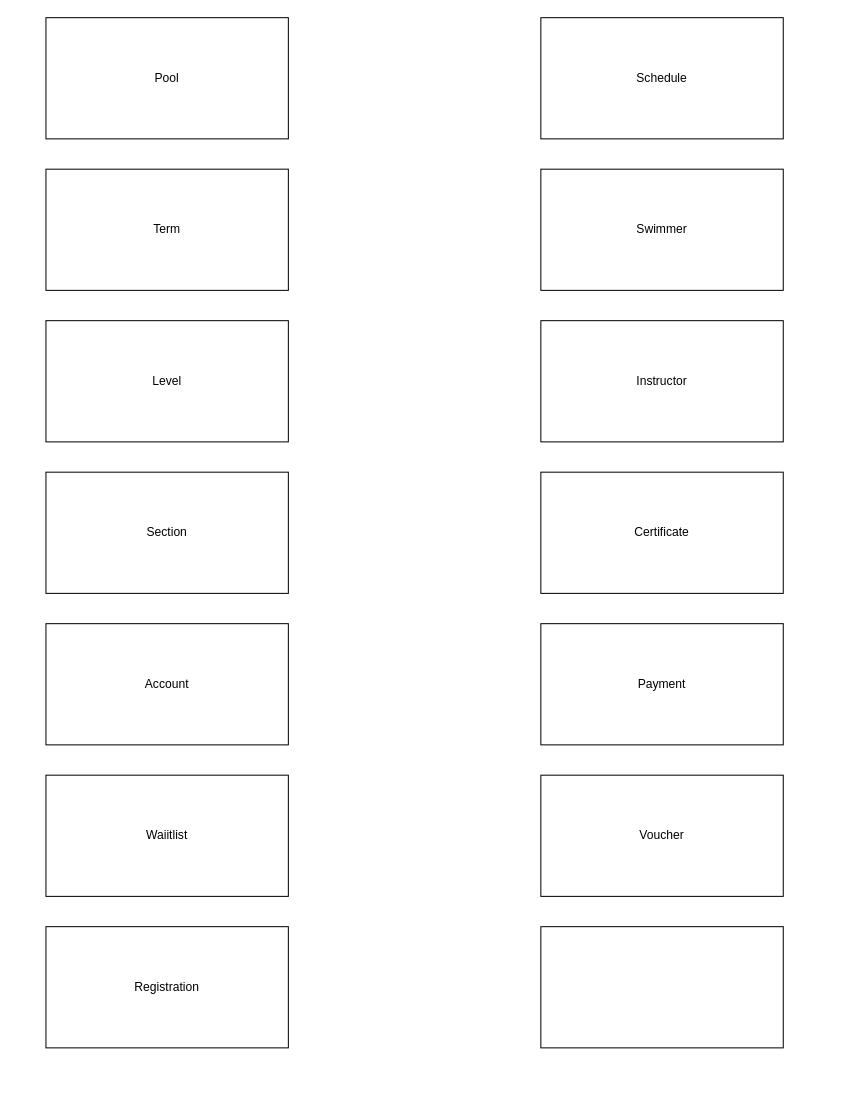
popados/01_diagrams keeps this draw.io diagram as ER-Modelv1-Entities.drawio. Above is the earlier version. Source tidied: cells renumbered, new cells numbered last; positions are measured from the earlier drawing's top-left corner, leaving out a move shared by most shapes. Both pictures are drawn from the tidied source at 101%, with x=0, y=0 at pixel (45, 17).
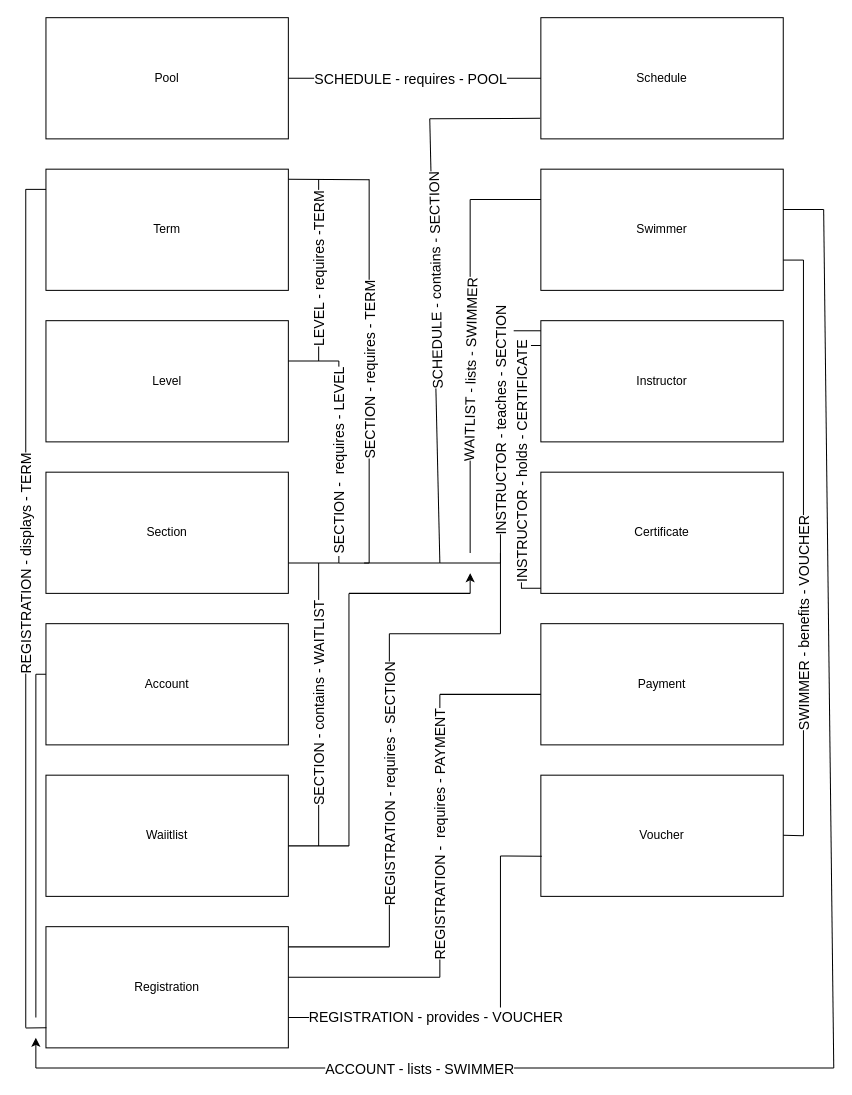
Above is the later version.

Unchanged cells that the change refers to:
```xml
<mxCell id="2" value="Pool" style="rounded=0;whiteSpace=wrap;html=1;" parent="1" vertex="1">
  <mxGeometry width="240" height="120" as="geometry" />
</mxCell>
<mxCell id="6" value="Account" style="rounded=0;whiteSpace=wrap;html=1;" parent="1" vertex="1">
  <mxGeometry y="600" width="240" height="120" as="geometry" />
</mxCell>
<mxCell id="7" value="Registration" style="rounded=0;whiteSpace=wrap;html=1;" parent="1" vertex="1">
  <mxGeometry y="900" width="240" height="120" as="geometry" />
</mxCell>
<mxCell id="9" value="Schedule" style="rounded=0;whiteSpace=wrap;html=1;" parent="1" vertex="1">
  <mxGeometry x="490" width="240" height="120" as="geometry" />
</mxCell>
<mxCell id="10" value="Swimmer" style="rounded=0;whiteSpace=wrap;html=1;" parent="1" vertex="1">
  <mxGeometry x="490" y="150" width="240" height="120" as="geometry" />
</mxCell>
<mxCell id="11" value="Instructor" style="rounded=0;whiteSpace=wrap;html=1;" parent="1" vertex="1">
  <mxGeometry x="490" y="300" width="240" height="120" as="geometry" />
</mxCell>
<mxCell id="15" value="Voucher" style="rounded=0;whiteSpace=wrap;html=1;" parent="1" vertex="1">
  <mxGeometry x="490" y="750" width="240" height="120" as="geometry" />
</mxCell>
```

The edit, as a diff of the source:
```diff
@@
+    <mxCell id="16" style="edgeStyle=orthogonalEdgeStyle;rounded=0;jettySize=auto;html=1;defaultLabelBackgroundColor=page;strokeColor=none;" parent="1" edge="1" source="2" target="9">
+      <mxGeometry relative="1" as="geometry" />
+    </mxCell>
@@
-    <mxCell id="14" style="rounded=0;whiteSpace=wrap;html=1;" parent="1" vertex="1">
-      <mxGeometry x="490" y="900" width="240" height="120" as="geometry" />
-    </mxCell>
@@
+    <mxCell id="17" style="endArrow=none;html=1;rounded=0;defaultLabelBackgroundColor=page;entryX=0;entryY=0.5;entryDx=0;entryDy=0;" parent="1" edge="1" target="9">
+      <mxGeometry relative="1" as="geometry">
+        <mxPoint x="240" y="60" as="sourcePoint" />
+      </mxGeometry>
+    </mxCell>
+    <mxCell id="18" value="SCHEDULE - requires - POOL" style="edgeLabel;html=1;align=center;verticalAlign=middle;inheritText=fontFamily,fontColor,fontStyle,textOpacity,labelBorderColor,labelBorderWidth,labelBackgroundColor,defaultLabelBackgroundColor,labelPadding;defaultLabelBackgroundColor=page;fontSize=14;" parent="17" vertex="1">
+      <mxGeometry x="-0.49" y="-3" relative="1" as="geometry">
+        <mxPoint x="56" y="-3" as="offset" />
+      </mxGeometry>
+    </mxCell>
+    <mxCell id="19" style="endArrow=none;html=1;rounded=0;defaultLabelBackgroundColor=page;endFill=0;" parent="1" edge="1">
+      <mxGeometry relative="1" as="geometry">
+        <mxPoint x="240" y="540" as="sourcePoint" />
+        <mxPoint x="290" y="540" as="targetPoint" />
+      </mxGeometry>
+    </mxCell>
+    <mxCell id="20" style="endArrow=none;html=1;rounded=0;defaultLabelBackgroundColor=page;" parent="1" edge="1">
+      <mxGeometry relative="1" as="geometry">
+        <mxPoint x="290" y="520" as="sourcePoint" />
+        <mxPoint x="290" y="340" as="targetPoint" />
+      </mxGeometry>
+    </mxCell>
+    <mxCell id="21" value="SECTION -&amp;nbsp; requires - LEVEL" style="edgeLabel;html=1;align=center;verticalAlign=middle;inheritText=fontFamily,fontColor,fontStyle,textOpacity,labelBorderColor,labelBorderWidth,labelBackgroundColor,defaultLabelBackgroundColor,labelPadding;defaultLabelBackgroundColor=page;rotation=-90;fontSize=14;" parent="20" vertex="1">
+      <mxGeometry x="0.38" y="-3" relative="1" as="geometry">
+        <mxPoint x="-3" y="44" as="offset" />
+      </mxGeometry>
+    </mxCell>
+    <mxCell id="22" style="endArrow=none;html=1;rounded=0;defaultLabelBackgroundColor=page;exitX=1.015;exitY=0.438;exitDx=0;exitDy=0;exitPerimeter=0;" parent="1" edge="1">
+      <mxGeometry relative="1" as="geometry">
+        <mxPoint x="240" y="340" as="sourcePoint" />
+        <mxPoint x="290" y="340" as="targetPoint" />
+      </mxGeometry>
+    </mxCell>
+    <mxCell id="23" style="endArrow=none;html=1;rounded=0;defaultLabelBackgroundColor=page;" parent="1" edge="1">
+      <mxGeometry relative="1" as="geometry">
+        <mxPoint x="290" y="540" as="sourcePoint" />
+        <mxPoint x="320" y="540" as="targetPoint" />
+      </mxGeometry>
+    </mxCell>
+    <mxCell id="24" style="endArrow=none;html=1;rounded=0;defaultLabelBackgroundColor=page;" parent="1" edge="1">
+      <mxGeometry relative="1" as="geometry">
+        <mxPoint x="320" y="540" as="sourcePoint" />
+        <mxPoint x="320" y="160" as="targetPoint" />
+      </mxGeometry>
+    </mxCell>
+    <mxCell id="25" value="SECTION - requires - TERM" style="edgeLabel;html=1;align=center;verticalAlign=middle;inheritText=fontFamily,fontColor,fontStyle,textOpacity,labelBorderColor,labelBorderWidth,labelBackgroundColor,defaultLabelBackgroundColor,labelPadding;defaultLabelBackgroundColor=page;rotation=-90;fontSize=14;" parent="24" vertex="1">
+      <mxGeometry x="0.12" y="-3" relative="1" as="geometry">
+        <mxPoint x="-3" y="23" as="offset" />
+      </mxGeometry>
+    </mxCell>
+    <mxCell id="26" style="endArrow=none;html=1;rounded=0;defaultLabelBackgroundColor=page;" parent="1" edge="1">
+      <mxGeometry relative="1" as="geometry">
+        <mxPoint x="240" y="160" as="sourcePoint" />
+        <mxPoint x="320" y="160.5" as="targetPoint" />
+      </mxGeometry>
+    </mxCell>
+    <mxCell id="27" style="endArrow=none;html=1;rounded=0;defaultLabelBackgroundColor=page;" parent="1" edge="1">
+      <mxGeometry relative="1" as="geometry">
+        <mxPoint x="270" y="820" as="sourcePoint" />
+        <mxPoint x="270" y="540" as="targetPoint" />
+      </mxGeometry>
+    </mxCell>
+    <mxCell id="28" value="SECTION - contains - WAITLIST" style="edgeLabel;html=1;align=center;verticalAlign=middle;inheritText=fontFamily,fontColor,fontStyle,textOpacity,labelBorderColor,labelBorderWidth,labelBackgroundColor,defaultLabelBackgroundColor,labelPadding;defaultLabelBackgroundColor=page;rotation=-90;fontSize=14;" parent="27" vertex="1">
+      <mxGeometry x="0.16" y="1" relative="1" as="geometry">
+        <mxPoint x="1" y="22" as="offset" />
+      </mxGeometry>
+    </mxCell>
+    <mxCell id="29" style="endArrow=none;html=1;rounded=0;defaultLabelBackgroundColor=page;" parent="1" edge="1">
+      <mxGeometry relative="1" as="geometry">
+        <mxPoint x="240" y="820" as="sourcePoint" />
+        <mxPoint x="300" y="820" as="targetPoint" />
+      </mxGeometry>
+    </mxCell>
+    <mxCell id="30" style="endArrow=none;html=1;rounded=0;defaultLabelBackgroundColor=page;" parent="1" edge="1">
+      <mxGeometry relative="1" as="geometry">
+        <mxPoint x="315" y="540" as="sourcePoint" />
+        <mxPoint x="390" y="540" as="targetPoint" />
+      </mxGeometry>
+    </mxCell>
+    <mxCell id="31" style="endArrow=none;html=1;rounded=0;defaultLabelBackgroundColor=page;" parent="1" edge="1">
+      <mxGeometry relative="1" as="geometry">
+        <mxPoint x="390" y="540" as="sourcePoint" />
+        <mxPoint x="380" y="100" as="targetPoint" />
+      </mxGeometry>
+    </mxCell>
+    <mxCell id="32" value="SCHEDULE - contains - SECTION" style="edgeLabel;html=1;align=center;verticalAlign=middle;inheritText=fontFamily,fontColor,fontStyle,textOpacity,labelBorderColor,labelBorderWidth,labelBackgroundColor,defaultLabelBackgroundColor,labelPadding;defaultLabelBackgroundColor=page;rotation=-91;fontSize=14;" parent="31" vertex="1">
+      <mxGeometry x="0.1" y="2" relative="1" as="geometry">
+        <mxPoint x="3" y="-37" as="offset" />
+      </mxGeometry>
+    </mxCell>
+    <mxCell id="33" style="endArrow=none;html=1;rounded=0;defaultLabelBackgroundColor=page;entryX=-0.003;entryY=0.83;entryDx=0;entryDy=0;entryPerimeter=0;" parent="1" edge="1" target="9">
+      <mxGeometry relative="1" as="geometry">
+        <mxPoint x="380" y="100" as="sourcePoint" />
+      </mxGeometry>
+    </mxCell>
+    <mxCell id="34" style="endArrow=none;html=1;rounded=0;defaultLabelBackgroundColor=page;" parent="1" edge="1">
+      <mxGeometry relative="1" as="geometry">
+        <mxPoint x="240" y="920" as="sourcePoint" />
+        <mxPoint x="340" y="920" as="targetPoint" />
+      </mxGeometry>
+    </mxCell>
+    <mxCell id="35" style="endArrow=none;html=1;rounded=0;defaultLabelBackgroundColor=page;" parent="1" edge="1">
+      <mxGeometry relative="1" as="geometry">
+        <mxPoint x="340" y="610" as="sourcePoint" />
+        <mxPoint x="340" y="920" as="targetPoint" />
+      </mxGeometry>
+    </mxCell>
+    <mxCell id="36" value="REGISTRATION - requires - SECTION" style="edgeLabel;html=1;align=center;verticalAlign=middle;inheritText=fontFamily,fontColor,fontStyle,textOpacity,labelBorderColor,labelBorderWidth,labelBackgroundColor,defaultLabelBackgroundColor,labelPadding;defaultLabelBackgroundColor=page;rotation=-90;fontSize=14;" parent="35" vertex="1">
+      <mxGeometry x="-0.03" y="2" relative="1" as="geometry">
+        <mxPoint x="-2" as="offset" />
+      </mxGeometry>
+    </mxCell>
+    <mxCell id="37" style="endArrow=none;html=1;rounded=0;defaultLabelBackgroundColor=page;" parent="1" edge="1">
+      <mxGeometry relative="1" as="geometry">
+        <mxPoint x="390" y="540" as="sourcePoint" />
+        <mxPoint x="450" y="540" as="targetPoint" />
+      </mxGeometry>
+    </mxCell>
+    <mxCell id="38" style="endArrow=none;html=1;rounded=0;defaultLabelBackgroundColor=page;" parent="1" edge="1">
+      <mxGeometry relative="1" as="geometry">
+        <mxPoint x="450" y="540" as="sourcePoint" />
+        <mxPoint x="450" y="290" as="targetPoint" />
+      </mxGeometry>
+    </mxCell>
+    <mxCell id="39" value="INSTRUCTOR - teaches - SECTION" style="edgeLabel;html=1;align=center;verticalAlign=middle;inheritText=fontFamily,fontColor,fontStyle,textOpacity,labelBorderColor,labelBorderWidth,labelBackgroundColor,defaultLabelBackgroundColor,labelPadding;defaultLabelBackgroundColor=page;rotation=-90;fontSize=14;" parent="38" vertex="1">
+      <mxGeometry x="-0.47" y="3" relative="1" as="geometry">
+        <mxPoint x="3" y="-74" as="offset" />
+      </mxGeometry>
+    </mxCell>
+    <mxCell id="40" style="endArrow=none;html=1;rounded=0;defaultLabelBackgroundColor=page;entryX=0;entryY=0.205;entryDx=0;entryDy=0;entryPerimeter=0;" parent="1" edge="1" target="11">
+      <mxGeometry relative="1" as="geometry">
+        <mxPoint x="480" y="324.6" as="sourcePoint" />
+      </mxGeometry>
+    </mxCell>
+    <mxCell id="41" style="endArrow=none;html=1;rounded=0;defaultLabelBackgroundColor=page;" parent="1" edge="1">
+      <mxGeometry relative="1" as="geometry">
+        <mxPoint x="300" y="570" as="sourcePoint" />
+        <mxPoint x="300" y="820" as="targetPoint" />
+      </mxGeometry>
+    </mxCell>
+    <mxCell id="42" style="endArrow=none;html=1;rounded=0;defaultLabelBackgroundColor=page;" parent="1" edge="1">
+      <mxGeometry relative="1" as="geometry">
+        <mxPoint x="340" y="610" as="sourcePoint" />
+        <mxPoint x="450" y="610" as="targetPoint" />
+      </mxGeometry>
+    </mxCell>
+    <mxCell id="43" style="endArrow=none;html=1;rounded=0;defaultLabelBackgroundColor=page;" parent="1" edge="1">
+      <mxGeometry relative="1" as="geometry">
+        <mxPoint x="450" y="530" as="sourcePoint" />
+        <mxPoint x="450" y="610" as="targetPoint" />
+      </mxGeometry>
+    </mxCell>
+    <mxCell id="44" style="endArrow=none;html=1;rounded=0;defaultLabelBackgroundColor=page;" parent="1" edge="1">
+      <mxGeometry relative="1" as="geometry">
+        <mxPoint x="290" y="540" as="sourcePoint" />
+        <mxPoint x="290" y="532.9" as="targetPoint" />
+      </mxGeometry>
+    </mxCell>
+    <mxCell id="45" style="endArrow=none;html=1;rounded=0;defaultLabelBackgroundColor=page;" parent="1" edge="1">
+      <mxGeometry relative="1" as="geometry">
+        <mxPoint x="270" y="340" as="sourcePoint" />
+        <mxPoint x="270" y="160" as="targetPoint" />
+      </mxGeometry>
+    </mxCell>
+    <mxCell id="46" value="LEVEL - requires -TERM" style="edgeLabel;html=1;align=center;verticalAlign=middle;inheritText=fontFamily,fontColor,fontStyle,textOpacity,labelBorderColor,labelBorderWidth,labelBackgroundColor,defaultLabelBackgroundColor,labelPadding;defaultLabelBackgroundColor=page;rotation=-90;fontSize=14;" parent="45" vertex="1">
+      <mxGeometry x="0.08" y="-2" relative="1" as="geometry">
+        <mxPoint x="-2" y="7" as="offset" />
+      </mxGeometry>
+    </mxCell>
+    <mxCell id="47" style="endArrow=none;html=1;rounded=0;defaultLabelBackgroundColor=page;" parent="1" edge="1">
+      <mxGeometry relative="1" as="geometry">
+        <mxPoint x="300" y="570" as="sourcePoint" />
+        <mxPoint x="420" y="570" as="targetPoint" />
+      </mxGeometry>
+    </mxCell>
+    <mxCell id="48" style="endArrow=none;html=1;rounded=0;defaultLabelBackgroundColor=page;startArrow=classic;startFill=1;" parent="1" edge="1">
+      <mxGeometry relative="1" as="geometry">
+        <mxPoint x="420" y="550" as="sourcePoint" />
+        <mxPoint x="420" y="570" as="targetPoint" />
+      </mxGeometry>
+    </mxCell>
+    <mxCell id="49" style="endArrow=none;html=1;rounded=0;defaultLabelBackgroundColor=page;" parent="1" edge="1">
+      <mxGeometry relative="1" as="geometry">
+        <mxPoint x="420" y="180" as="sourcePoint" />
+        <mxPoint x="420" y="530" as="targetPoint" />
+      </mxGeometry>
+    </mxCell>
+    <mxCell id="50" value="WAITLIST - lists - SWIMMER" style="edgeLabel;html=1;align=center;verticalAlign=middle;inheritText=fontFamily,fontColor,fontStyle,textOpacity,labelBorderColor,labelBorderWidth,labelBackgroundColor,defaultLabelBackgroundColor,labelPadding;defaultLabelBackgroundColor=page;rotation=-89;fontSize=14;" parent="49" vertex="1">
+      <mxGeometry x="0.5" relative="1" as="geometry">
+        <mxPoint y="-93" as="offset" />
+      </mxGeometry>
+    </mxCell>
+    <mxCell id="51" style="endArrow=none;html=1;rounded=0;defaultLabelBackgroundColor=page;entryX=0;entryY=0.25;entryDx=0;entryDy=0;" parent="1" edge="1" target="10">
+      <mxGeometry relative="1" as="geometry">
+        <mxPoint x="420" y="180" as="sourcePoint" />
+      </mxGeometry>
+    </mxCell>
+    <mxCell id="52" style="endArrow=none;html=1;rounded=0;defaultLabelBackgroundColor=page;" parent="1" edge="1">
+      <mxGeometry relative="1" as="geometry">
+        <mxPoint x="290" y="540" as="sourcePoint" />
+        <mxPoint x="290" y="540" as="targetPoint" />
+      </mxGeometry>
+    </mxCell>
+    <mxCell id="53" style="endArrow=none;html=1;rounded=0;defaultLabelBackgroundColor=page;" parent="1" edge="1">
+      <mxGeometry relative="1" as="geometry">
+        <mxPoint x="730" y="190" as="sourcePoint" />
+        <mxPoint x="770" y="190" as="targetPoint" />
+      </mxGeometry>
+    </mxCell>
+    <mxCell id="54" style="endArrow=none;html=1;rounded=0;defaultLabelBackgroundColor=page;" parent="1" edge="1">
+      <mxGeometry relative="1" as="geometry">
+        <mxPoint x="770" y="190" as="sourcePoint" />
+        <mxPoint x="780" y="1040" as="targetPoint" />
+      </mxGeometry>
+    </mxCell>
+    <mxCell id="55" style="endArrow=none;html=1;rounded=0;defaultLabelBackgroundColor=page;" parent="1" edge="1">
+      <mxGeometry relative="1" as="geometry">
+        <mxPoint x="-10" y="1040" as="sourcePoint" />
+        <mxPoint x="780" y="1040" as="targetPoint" />
+      </mxGeometry>
+    </mxCell>
+    <mxCell id="56" value="&lt;span style=&quot;font-size: 14px;&quot;&gt;ACCOUNT - lists - SWIMMER&lt;/span&gt;" style="edgeLabel;html=1;align=center;verticalAlign=middle;inheritText=1;defaultLabelBackgroundColor=page;" parent="55" vertex="1">
+      <mxGeometry x="-0.12" relative="1" as="geometry">
+        <mxPoint x="31" as="offset" />
+      </mxGeometry>
+    </mxCell>
+    <mxCell id="57" style="endArrow=none;html=1;rounded=0;defaultLabelBackgroundColor=page;" parent="1" edge="1">
+      <mxGeometry relative="1" as="geometry">
+        <mxPoint x="-10" y="990" as="sourcePoint" />
+        <mxPoint x="-10" y="650" as="targetPoint" />
+      </mxGeometry>
+    </mxCell>
+    <mxCell id="58" style="endArrow=none;html=1;rounded=0;defaultLabelBackgroundColor=page;entryX=0;entryY=0.418;entryDx=0;entryDy=0;entryPerimeter=0;" parent="1" edge="1" target="6">
+      <mxGeometry relative="1" as="geometry">
+        <mxPoint x="-10" y="650" as="sourcePoint" />
+      </mxGeometry>
+    </mxCell>
+    <mxCell id="59" style="endArrow=none;html=1;rounded=0;defaultLabelBackgroundColor=page;entryX=0.015;entryY=0.935;entryDx=0;entryDy=0;entryPerimeter=0;" parent="1" edge="1">
+      <mxGeometry relative="1" as="geometry">
+        <mxPoint x="470.4" y="564.9" as="sourcePoint" />
+        <mxPoint x="490" y="565" as="targetPoint" />
+      </mxGeometry>
+    </mxCell>
+    <mxCell id="60" style="endArrow=none;html=1;rounded=0;defaultLabelBackgroundColor=page;" parent="1" edge="1">
+      <mxGeometry relative="1" as="geometry">
+        <mxPoint x="470.8" y="565" as="sourcePoint" />
+        <mxPoint x="470" y="371" as="targetPoint" />
+      </mxGeometry>
+    </mxCell>
+    <mxCell id="61" value="INSTRUCTOR - holds - CERTIFICATE" style="edgeLabel;html=1;align=center;verticalAlign=middle;inheritText=fontFamily,fontColor,fontStyle,textOpacity,labelBorderColor,labelBorderWidth,labelBackgroundColor,defaultLabelBackgroundColor,labelPadding;defaultLabelBackgroundColor=page;rotation=-90;fontSize=14;" parent="60" vertex="1">
+      <mxGeometry x="-0.45" relative="1" as="geometry">
+        <mxPoint y="-72" as="offset" />
+      </mxGeometry>
+    </mxCell>
+    <mxCell id="62" style="endArrow=none;html=1;rounded=0;defaultLabelBackgroundColor=page;" parent="1" edge="1">
+      <mxGeometry relative="1" as="geometry">
+        <mxPoint x="-20" y="1000" as="sourcePoint" />
+        <mxPoint x="-20" y="170" as="targetPoint" />
+      </mxGeometry>
+    </mxCell>
+    <mxCell id="63" value="REGISTRATION - displays - TERM" style="edgeLabel;html=1;align=center;verticalAlign=middle;inheritText=fontFamily,fontColor,fontStyle,textOpacity,labelBorderColor,labelBorderWidth,labelBackgroundColor,defaultLabelBackgroundColor,labelPadding;defaultLabelBackgroundColor=page;rotation=-90;fontSize=14;" parent="62" vertex="1">
+      <mxGeometry x="-0.64" y="6" relative="1" as="geometry">
+        <mxPoint x="6" y="-309" as="offset" />
+      </mxGeometry>
+    </mxCell>
+    <mxCell id="64" style="endArrow=none;html=1;rounded=0;defaultLabelBackgroundColor=page;entryX=-0.004;entryY=0.078;entryDx=0;entryDy=0;entryPerimeter=0;" parent="1" edge="1">
+      <mxGeometry relative="1" as="geometry">
+        <mxPoint x="-20" y="170" as="sourcePoint" />
+        <mxPoint y="170" as="targetPoint" />
+      </mxGeometry>
+    </mxCell>
+    <mxCell id="65" style="endArrow=none;html=1;rounded=0;defaultLabelBackgroundColor=page;entryX=0.002;entryY=0.833;entryDx=0;entryDy=0;entryPerimeter=0;" parent="1" edge="1" target="7">
+      <mxGeometry relative="1" as="geometry">
+        <mxPoint x="-20" y="1000.3" as="sourcePoint" />
+      </mxGeometry>
+    </mxCell>
+    <mxCell id="66" style="endArrow=classic;html=1;rounded=0;defaultLabelBackgroundColor=page;endFill=1;" parent="1" edge="1">
+      <mxGeometry relative="1" as="geometry">
+        <mxPoint x="-10" y="1040" as="sourcePoint" />
+        <mxPoint x="-10" y="1010" as="targetPoint" />
+      </mxGeometry>
+    </mxCell>
+    <mxCell id="67" style="endArrow=none;html=1;rounded=0;defaultLabelBackgroundColor=page;" parent="1" edge="1">
+      <mxGeometry relative="1" as="geometry">
+        <mxPoint x="240" y="950" as="sourcePoint" />
+        <mxPoint x="390" y="950" as="targetPoint" />
+      </mxGeometry>
+    </mxCell>
+    <mxCell id="68" style="endArrow=none;html=1;rounded=0;defaultLabelBackgroundColor=page;" parent="1" edge="1">
+      <mxGeometry relative="1" as="geometry">
+        <mxPoint x="390" y="950" as="sourcePoint" />
+        <mxPoint x="390" y="670" as="targetPoint" />
+      </mxGeometry>
+    </mxCell>
+    <mxCell id="69" value="REGISTRATION -&amp;nbsp; requires - PAYMENT" style="edgeLabel;html=1;align=center;verticalAlign=middle;inheritText=fontFamily,fontColor,fontStyle,textOpacity,labelBorderColor,labelBorderWidth,labelBackgroundColor,defaultLabelBackgroundColor,labelPadding;defaultLabelBackgroundColor=page;rotation=-90;fontSize=14;" parent="68" vertex="1">
+      <mxGeometry x="-0.75" y="-3" relative="1" as="geometry">
+        <mxPoint x="-3" y="-105" as="offset" />
+      </mxGeometry>
+    </mxCell>
+    <mxCell id="70" style="endArrow=none;html=1;rounded=0;defaultLabelBackgroundColor=page;" parent="1" edge="1">
+      <mxGeometry relative="1" as="geometry">
+        <mxPoint x="390" y="670" as="sourcePoint" />
+        <mxPoint x="490" y="670" as="targetPoint" />
+      </mxGeometry>
+    </mxCell>
+    <mxCell id="71" style="endArrow=none;html=1;rounded=0;defaultLabelBackgroundColor=page;" parent="1" edge="1">
+      <mxGeometry relative="1" as="geometry">
+        <mxPoint x="240" y="990" as="sourcePoint" />
+        <mxPoint x="450" y="990" as="targetPoint" />
+      </mxGeometry>
+    </mxCell>
+    <mxCell id="72" value="REGISTRATION - provides - VOUCHER" style="edgeLabel;html=1;align=center;verticalAlign=middle;inheritText=fontFamily,fontColor,fontStyle,textOpacity,labelBorderColor,labelBorderWidth,labelBackgroundColor,defaultLabelBackgroundColor,labelPadding;defaultLabelBackgroundColor=page;fontSize=14;" parent="71" vertex="1">
+      <mxGeometry x="-0.25" y="1" relative="1" as="geometry">
+        <mxPoint x="66" as="offset" />
+      </mxGeometry>
+    </mxCell>
+    <mxCell id="73" style="endArrow=none;html=1;rounded=0;defaultLabelBackgroundColor=page;" parent="1" edge="1">
+      <mxGeometry relative="1" as="geometry">
+        <mxPoint x="450" y="830" as="sourcePoint" />
+        <mxPoint x="450" y="980" as="targetPoint" />
+      </mxGeometry>
+    </mxCell>
+    <mxCell id="74" style="endArrow=none;html=1;rounded=0;defaultLabelBackgroundColor=page;entryX=0.004;entryY=0.669;entryDx=0;entryDy=0;entryPerimeter=0;" parent="1" edge="1" target="15">
+      <mxGeometry relative="1" as="geometry">
+        <mxPoint x="450" y="830" as="sourcePoint" />
+      </mxGeometry>
+    </mxCell>
+    <mxCell id="75" style="endArrow=none;html=1;rounded=0;defaultLabelBackgroundColor=page;" parent="1" edge="1">
+      <mxGeometry relative="1" as="geometry">
+        <mxPoint x="750" y="240" as="sourcePoint" />
+        <mxPoint x="750" y="810" as="targetPoint" />
+      </mxGeometry>
+    </mxCell>
+    <mxCell id="76" value="SWIMMER - benefits - VOUCHER" style="edgeLabel;html=1;align=center;verticalAlign=middle;inheritText=fontFamily,fontColor,fontStyle,textOpacity,labelBorderColor,labelBorderWidth,labelBackgroundColor,defaultLabelBackgroundColor,labelPadding;defaultLabelBackgroundColor=page;rotation=-90;fontSize=14;" parent="75" vertex="1">
+      <mxGeometry x="0.39" y="4" relative="1" as="geometry">
+        <mxPoint x="-4" y="-35" as="offset" />
+      </mxGeometry>
+    </mxCell>
+    <mxCell id="77" style="endArrow=none;html=1;rounded=0;defaultLabelBackgroundColor=page;" parent="1" edge="1">
+      <mxGeometry relative="1" as="geometry">
+        <mxPoint x="730" y="240" as="sourcePoint" />
+        <mxPoint x="750" y="240" as="targetPoint" />
+      </mxGeometry>
+    </mxCell>
+    <mxCell id="78" style="endArrow=none;html=1;rounded=0;defaultLabelBackgroundColor=page;" parent="1" edge="1">
+      <mxGeometry relative="1" as="geometry">
+        <mxPoint x="730" y="809.5" as="sourcePoint" />
+        <mxPoint x="750" y="810" as="targetPoint" />
+      </mxGeometry>
+    </mxCell>
+    <mxCell id="79" style="endArrow=none;html=1;rounded=0;defaultLabelBackgroundColor=page;" parent="1" edge="1">
+      <mxGeometry relative="1" as="geometry">
+        <mxPoint x="463.1" y="310" as="sourcePoint" />
+        <mxPoint x="490" y="310" as="targetPoint" />
+      </mxGeometry>
+    </mxCell>
```
